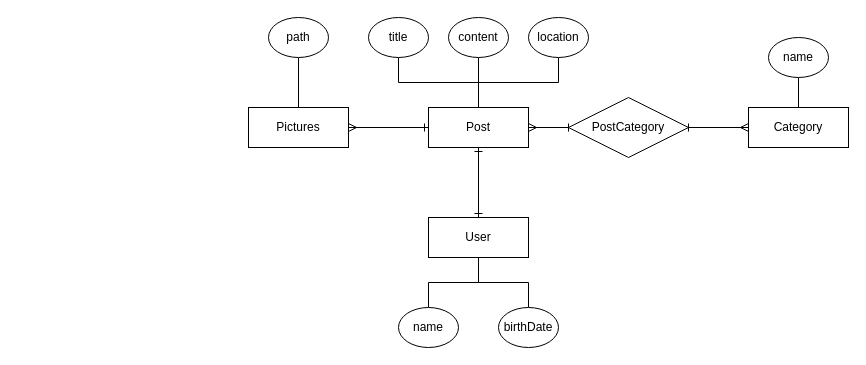
This is divar-er.drawio from mostafa8026/nestjs-course, a draw.io file, before an edit. Source tidied: cells renumbered, new cells numbered last; positions are measured from the earlier drawing's top-left corner, leaving out a move shared by most shapes. Both pictures are drawn from the tidied source at 100%, with x=0, y=0 at pixel (248, 17).
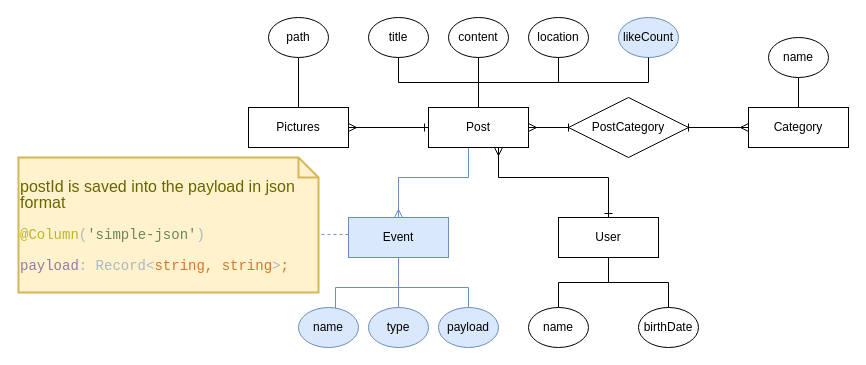
After the change.

Unchanged cells that the change refers to:
```xml
<mxCell id="8" value="Post" style="whiteSpace=wrap;html=1;align=center;" parent="1" vertex="1">
  <mxGeometry x="180" y="90" width="100" height="40" as="geometry" />
</mxCell>
```

Diff of the diagram source:
```diff
@@
-    <mxCell id="3" style="edgeStyle=orthogonalEdgeStyle;rounded=0;jettySize=auto;html=1;entryX=0.5;entryY=0;entryDx=0;entryDy=0;startArrow=ERone;startFill=0;endArrow=ERone;endFill=0;" parent="1" edge="1" source="8" target="15">
-      <mxGeometry relative="1" as="geometry" />
+    <mxCell id="3" style="edgeStyle=orthogonalEdgeStyle;rounded=0;jettySize=auto;html=1;entryX=0.5;entryY=0;entryDx=0;entryDy=0;startArrow=ERmany;startFill=0;endArrow=ERone;endFill=0;" parent="1" edge="1" source="8" target="15">
+      <mxGeometry relative="1" as="geometry">
+        <Array as="points">
+          <mxPoint x="250" y="160" />
+          <mxPoint x="360" y="160" />
+        </Array>
+      </mxGeometry>
     </mxCell>
@@
+    <mxCell id="25" style="edgeStyle=orthogonalEdgeStyle;rounded=0;jettySize=auto;html=1;entryX=0.5;entryY=0;entryDx=0;entryDy=0;startArrow=none;startFill=0;endArrow=ERmany;endFill=0;fillColor=#dae8fc;strokeColor=#6c8ebf;" parent="1" edge="1" source="8" target="30">
+      <mxGeometry relative="1" as="geometry">
+        <Array as="points">
+          <mxPoint x="220" y="160" />
+          <mxPoint x="150" y="160" />
+        </Array>
+      </mxGeometry>
+    </mxCell>
@@
     <mxCell id="15" value="User" style="whiteSpace=wrap;html=1;align=center;" parent="1" vertex="1">
-      <mxGeometry x="180" y="200" width="100" height="40" as="geometry" />
+      <mxGeometry x="310" y="200" width="100" height="40" as="geometry" />
     </mxCell>
@@
     <mxCell id="21" value="name" style="ellipse;whiteSpace=wrap;html=1;align=center;" parent="1" vertex="1">
-      <mxGeometry x="150" y="290" width="60" height="40" as="geometry" />
+      <mxGeometry x="280" y="290" width="60" height="40" as="geometry" />
     </mxCell>
     <mxCell id="22" value="birthDate" style="ellipse;whiteSpace=wrap;html=1;align=center;" parent="1" vertex="1">
-      <mxGeometry x="250" y="290" width="60" height="40" as="geometry" />
+      <mxGeometry x="390" y="290" width="60" height="40" as="geometry" />
     </mxCell>
@@
+    <mxCell id="26" style="edgeStyle=orthogonalEdgeStyle;rounded=0;jettySize=auto;html=1;entryX=0.617;entryY=0.025;entryDx=0;entryDy=0;entryPerimeter=0;startArrow=none;startFill=0;endArrow=none;endFill=0;fillColor=#dae8fc;strokeColor=#6c8ebf;" parent="1" edge="1" source="30" target="31">
+      <mxGeometry relative="1" as="geometry">
+        <Array as="points">
+          <mxPoint x="150" y="270" />
+          <mxPoint x="87" y="270" />
+        </Array>
+      </mxGeometry>
+    </mxCell>
+    <mxCell id="27" style="edgeStyle=orthogonalEdgeStyle;rounded=0;jettySize=auto;html=1;startArrow=none;startFill=0;endArrow=none;endFill=0;fillColor=#dae8fc;strokeColor=#6c8ebf;" parent="1" edge="1" source="30" target="32">
+      <mxGeometry relative="1" as="geometry">
+        <Array as="points">
+          <mxPoint x="150" y="250" />
+          <mxPoint x="150" y="250" />
+        </Array>
+      </mxGeometry>
+    </mxCell>
+    <mxCell id="28" style="edgeStyle=orthogonalEdgeStyle;rounded=0;jettySize=auto;html=1;entryX=0.5;entryY=0;entryDx=0;entryDy=0;startArrow=none;startFill=0;endArrow=none;endFill=0;fillColor=#dae8fc;strokeColor=#6c8ebf;" parent="1" edge="1" source="30" target="33">
+      <mxGeometry relative="1" as="geometry">
+        <Array as="points">
+          <mxPoint x="150" y="270" />
+          <mxPoint x="220" y="270" />
+        </Array>
+      </mxGeometry>
+    </mxCell>
+    <mxCell id="29" style="edgeStyle=orthogonalEdgeStyle;rounded=0;jettySize=auto;html=1;entryX=0.917;entryY=0.471;entryDx=0;entryDy=0;entryPerimeter=0;startArrow=none;startFill=0;endArrow=none;endFill=0;dashed=1;fillColor=#dae8fc;strokeColor=#6c8ebf;" parent="1" edge="1" source="30" target="34">
+      <mxGeometry relative="1" as="geometry">
+        <Array as="points">
+          <mxPoint x="80" y="217" />
+          <mxPoint x="80" y="217" />
+        </Array>
+      </mxGeometry>
+    </mxCell>
+    <mxCell id="30" value="Event" style="whiteSpace=wrap;html=1;align=center;fillColor=#dae8fc;strokeColor=#6c8ebf;" parent="1" vertex="1">
+      <mxGeometry x="100" y="200" width="100" height="40" as="geometry" />
+    </mxCell>
+    <mxCell id="31" value="name" style="ellipse;whiteSpace=wrap;html=1;align=center;fillColor=#dae8fc;strokeColor=#6c8ebf;" parent="1" vertex="1">
+      <mxGeometry x="50" y="290" width="60" height="40" as="geometry" />
+    </mxCell>
+    <mxCell id="32" value="type" style="ellipse;whiteSpace=wrap;html=1;align=center;fillColor=#dae8fc;strokeColor=#6c8ebf;" parent="1" vertex="1">
+      <mxGeometry x="120" y="290" width="60" height="40" as="geometry" />
+    </mxCell>
+    <mxCell id="33" value="payload" style="ellipse;whiteSpace=wrap;html=1;align=center;fillColor=#dae8fc;strokeColor=#6c8ebf;" parent="1" vertex="1">
+      <mxGeometry x="190" y="290" width="60" height="40" as="geometry" />
+    </mxCell>
+    <mxCell id="34" value="&lt;p style=&quot;line-height: 1 ; font-size: 16px&quot;&gt;postId is saved into the payload in json format&lt;br&gt;&lt;/p&gt;&lt;pre style=&quot;color: rgb(169 , 183 , 198) ; font-family: &amp;#34;jetbrains mono&amp;#34; , monospace ; font-size: 10.5pt&quot;&gt;&lt;span style=&quot;color: rgb(187 , 181 , 41)&quot;&gt;@Column&lt;/span&gt;(&lt;span style=&quot;color: rgb(106 , 135 , 89) ; line-height: 1&quot;&gt;'simple-json'&lt;/span&gt;)&lt;/pre&gt;&lt;pre style=&quot;color: rgb(169 , 183 , 198) ; font-family: &amp;#34;jetbrains mono&amp;#34; , monospace ; font-size: 10.5pt&quot;&gt;&lt;pre style=&quot;font-family: &amp;#34;jetbrains mono&amp;#34; , monospace ; font-size: 10.5pt&quot;&gt;&lt;span style=&quot;color: rgb(152 , 118 , 170) ; line-height: 1&quot;&gt;payload&lt;/span&gt;: Record&amp;lt;&lt;span style=&quot;color: rgb(204 , 120 , 50)&quot;&gt;string, string&lt;/span&gt;&amp;gt;&lt;span style=&quot;color: rgb(204 , 120 , 50)&quot;&gt;;&lt;/span&gt;&lt;/pre&gt;&lt;/pre&gt;&lt;p&gt;&lt;/p&gt;" style="shape=note;strokeWidth=2;fontSize=14;size=20;whiteSpace=wrap;html=1;fillColor=#fff2cc;strokeColor=#d6b656;fontColor=#666600;align=left;" parent="1" vertex="1">
+      <mxGeometry x="-230" y="140" width="300" height="135" as="geometry" />
+    </mxCell>
+    <mxCell id="35" value="likeCount" style="ellipse;whiteSpace=wrap;html=1;align=center;fillColor=#dae8fc;strokeColor=#6c8ebf;" parent="1" vertex="1">
+      <mxGeometry x="370" width="60" height="40" as="geometry" />
+    </mxCell>
+    <mxCell id="36" style="edgeStyle=orthogonalEdgeStyle;rounded=0;jettySize=auto;html=1;startArrow=none;startFill=0;endArrow=none;endFill=0;entryX=0.5;entryY=1;entryDx=0;entryDy=0;exitX=0.5;exitY=0;exitDx=0;exitDy=0;" parent="1" edge="1" source="8" target="35">
+      <mxGeometry relative="1" as="geometry" />
+    </mxCell>
```
